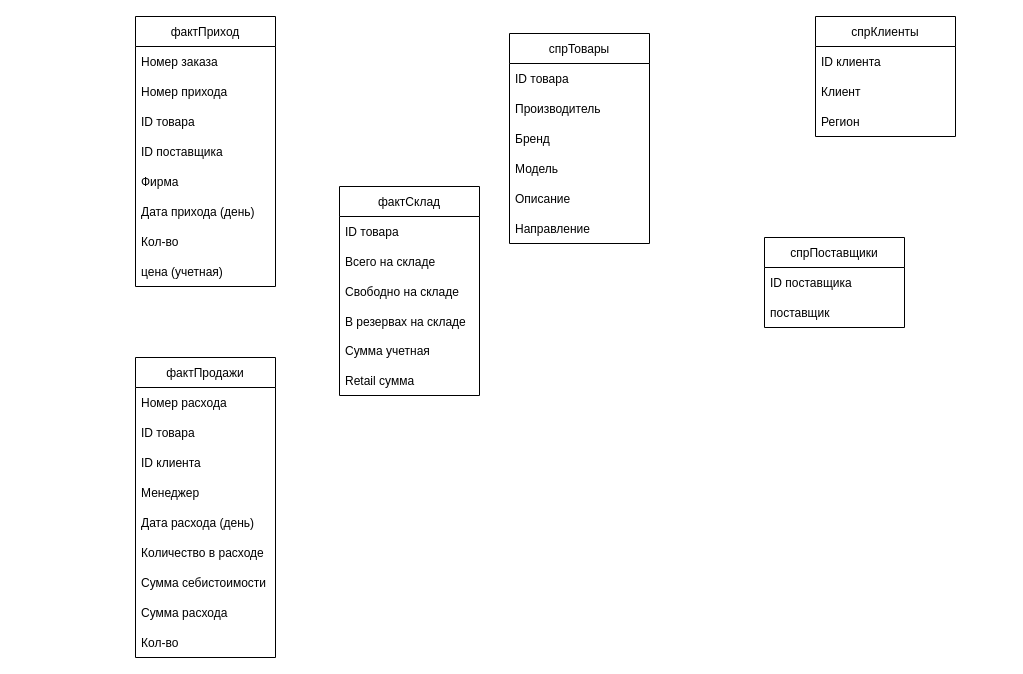
The draw.io diagram Data model.drawio in valeraleraleb/IBA-2022, before the edit. Source tidied: cells renumbered, new cells numbered last; positions are measured from the earlier drawing's top-left corner, leaving out a move shared by most shapes. Both pictures are drawn from the tidied source at 100%, with x=0, y=0 at pixel (135, 16).
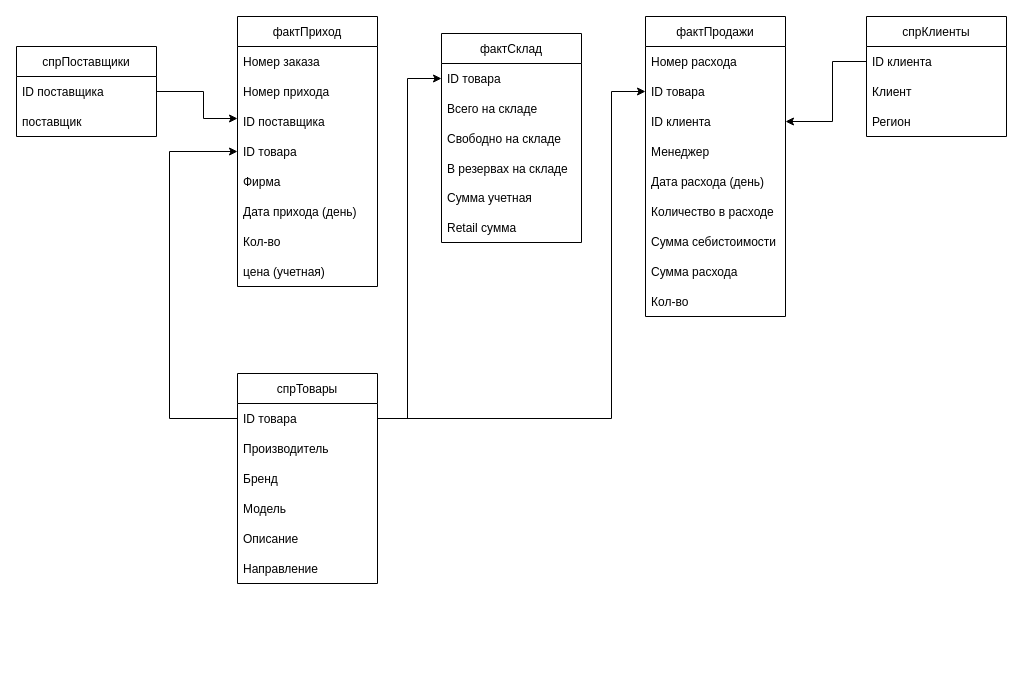
After the change.

The change refers to these unchanged cells:
```xml
<mxCell id="12" value="ID товара" style="text;strokeColor=none;fillColor=none;align=left;verticalAlign=middle;spacingLeft=4;spacingRight=4;overflow=hidden;points=[[0,0.5],[1,0.5]];portConstraint=eastwest;" parent="11" vertex="1">
  <mxGeometry y="30" width="140" height="30" as="geometry" />
</mxCell>
<mxCell id="20" value="ID товара" style="text;strokeColor=none;fillColor=none;align=left;verticalAlign=middle;spacingLeft=4;spacingRight=4;overflow=hidden;points=[[0,0.5],[1,0.5]];portConstraint=eastwest;" parent="18" vertex="1">
  <mxGeometry y="60" width="140" height="30" as="geometry" />
</mxCell>
<mxCell id="21" value="ID клиента" style="text;strokeColor=none;fillColor=none;align=left;verticalAlign=middle;spacingLeft=4;spacingRight=4;overflow=hidden;points=[[0,0.5],[1,0.5]];portConstraint=eastwest;" parent="18" vertex="1">
  <mxGeometry y="90" width="140" height="30" as="geometry" />
</mxCell>
<mxCell id="29" value="ID товара" style="text;strokeColor=none;fillColor=none;align=left;verticalAlign=middle;spacingLeft=4;spacingRight=4;overflow=hidden;points=[[0,0.5],[1,0.5]];portConstraint=eastwest;" parent="28" vertex="1">
  <mxGeometry y="30" width="140" height="30" as="geometry" />
</mxCell>
<mxCell id="36" value="ID поставщика" style="text;strokeColor=none;fillColor=none;align=left;verticalAlign=middle;spacingLeft=4;spacingRight=4;overflow=hidden;points=[[0,0.5],[1,0.5]];portConstraint=eastwest;" parent="35" vertex="1">
  <mxGeometry y="30" width="140" height="30" as="geometry" />
</mxCell>
<mxCell id="39" value="ID клиента" style="text;strokeColor=none;fillColor=none;align=left;verticalAlign=middle;spacingLeft=4;spacingRight=4;overflow=hidden;points=[[0,0.5],[1,0.5]];portConstraint=eastwest;" parent="38" vertex="1">
  <mxGeometry y="30" width="140" height="30" as="geometry" />
</mxCell>
```

The edit, as a diff of the source:
```diff
@@
     <mxCell id="2" value="фактПриход" style="swimlane;fontStyle=0;horizontal=1;startSize=30;" parent="1" vertex="1">
-      <mxGeometry width="140" height="270" as="geometry" />
+      <mxGeometry x="102" width="140" height="270" as="geometry" />
     </mxCell>
@@
+    <mxCell id="6" value="ID поставщика" style="text;strokeColor=none;fillColor=none;align=left;verticalAlign=middle;spacingLeft=4;spacingRight=4;overflow=hidden;" parent="2" vertex="1">
+      <mxGeometry y="90" width="140" height="30" as="geometry" />
+    </mxCell>
     <mxCell id="5" value="ID товара" style="text;strokeColor=none;fillColor=none;align=left;verticalAlign=middle;spacingLeft=4;spacingRight=4;overflow=hidden;points=[[0,0.5],[1,0.5]];portConstraint=eastwest;" parent="2" vertex="1">
-      <mxGeometry y="90" width="140" height="30" as="geometry" />
+      <mxGeometry y="120" width="140" height="30" as="geometry" />
     </mxCell>
-    <mxCell id="6" value="ID поставщика" style="text;strokeColor=none;fillColor=none;align=left;verticalAlign=middle;spacingLeft=4;spacingRight=4;overflow=hidden;" parent="2" vertex="1">
-      <mxGeometry y="120" width="140" height="30" as="geometry" />
-    </mxCell>
@@
     <mxCell id="11" value="фактСклад" style="swimlane;fontStyle=0;horizontal=1;startSize=30;" parent="1" vertex="1">
-      <mxGeometry x="204" y="170" width="140" height="209" as="geometry" />
+      <mxGeometry x="306" y="17" width="140" height="209" as="geometry" />
     </mxCell>
@@
     <mxCell id="18" value="фактПродажи" style="swimlane;fontStyle=0;horizontal=1;startSize=30;" parent="1" vertex="1">
-      <mxGeometry y="341" width="140" height="300" as="geometry" />
+      <mxGeometry x="510" width="140" height="300" as="geometry" />
     </mxCell>
@@
+    <mxCell id="42" style="edgeStyle=orthogonalEdgeStyle;rounded=0;jettySize=auto;html=1;entryX=0;entryY=0.5;entryDx=0;entryDy=0;exitX=0;exitY=0.5;exitDx=0;exitDy=0;" parent="1" edge="1" source="29" target="5">
+      <mxGeometry relative="1" as="geometry">
+        <Array as="points">
+          <mxPoint x="34" y="402" />
+          <mxPoint x="34" y="135" />
+        </Array>
+      </mxGeometry>
+    </mxCell>
     <mxCell id="28" value="спрТовары" style="swimlane;fontStyle=0;horizontal=1;startSize=30;" parent="1" vertex="1">
-      <mxGeometry x="374" y="17" width="140" height="210" as="geometry" />
+      <mxGeometry x="102" y="357" width="140" height="210" as="geometry" />
     </mxCell>
@@
     <mxCell id="35" value="спрПоставщики" style="swimlane;fontStyle=0;horizontal=1;startSize=30;" parent="1" vertex="1">
-      <mxGeometry x="629" y="221" width="140" height="90" as="geometry" />
+      <mxGeometry x="-119" y="30" width="140" height="90" as="geometry" />
     </mxCell>
@@
     <mxCell id="38" value="спрКлиенты" style="swimlane;fontStyle=0;horizontal=1;startSize=30;" parent="1" vertex="1">
-      <mxGeometry x="680" width="140" height="120" as="geometry" />
+      <mxGeometry x="731" width="140" height="120" as="geometry" />
     </mxCell>
@@
+    <mxCell id="43" style="edgeStyle=orthogonalEdgeStyle;rounded=0;jettySize=auto;html=1;entryX=0;entryY=0.5;entryDx=0;entryDy=0;exitX=1;exitY=0.5;exitDx=0;exitDy=0;" parent="1" edge="1" source="29" target="12">
+      <mxGeometry relative="1" as="geometry">
+        <Array as="points">
+          <mxPoint x="272" y="402" />
+          <mxPoint x="272" y="62" />
+        </Array>
+      </mxGeometry>
+    </mxCell>
+    <mxCell id="44" style="edgeStyle=orthogonalEdgeStyle;rounded=0;jettySize=auto;html=1;exitX=0;exitY=0.5;exitDx=0;exitDy=0;entryX=1;entryY=0.5;entryDx=0;entryDy=0;" parent="1" edge="1" source="39" target="21">
+      <mxGeometry relative="1" as="geometry">
+        <Array as="points">
+          <mxPoint x="697" y="45" />
+          <mxPoint x="697" y="105" />
+        </Array>
+      </mxGeometry>
+    </mxCell>
+    <mxCell id="45" style="edgeStyle=orthogonalEdgeStyle;rounded=0;jettySize=auto;html=1;entryX=0;entryY=0.5;entryDx=0;entryDy=0;exitX=1;exitY=0.5;exitDx=0;exitDy=0;" parent="1" edge="1" source="29" target="20">
+      <mxGeometry relative="1" as="geometry">
+        <Array as="points">
+          <mxPoint x="476" y="402" />
+          <mxPoint x="476" y="75" />
+        </Array>
+      </mxGeometry>
+    </mxCell>
+    <mxCell id="46" style="edgeStyle=orthogonalEdgeStyle;rounded=0;jettySize=auto;html=1;exitX=1;exitY=0.5;exitDx=0;exitDy=0;" parent="1" edge="1" source="36">
+      <mxGeometry relative="1" as="geometry">
+        <mxPoint x="102" y="102" as="targetPoint" />
+        <Array as="points">
+          <mxPoint x="68" y="75" />
+          <mxPoint x="68" y="102" />
+        </Array>
+      </mxGeometry>
+    </mxCell>
```
